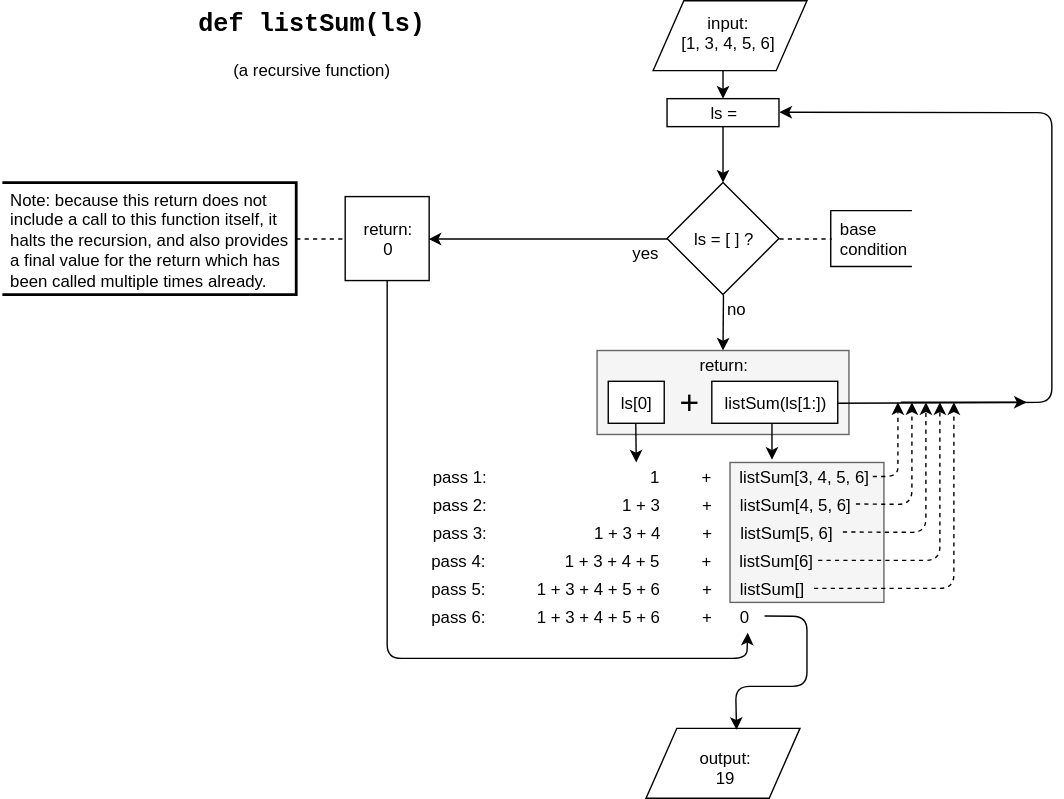
Above: diagrams/recursion1.svg in jinjagit/JupyterNotebooks (draw.io), before the change. Source tidied: cells renumbered, new cells last; positions are measured from the earlier drawing's top-left corner, leaving out a move shared by most shapes.
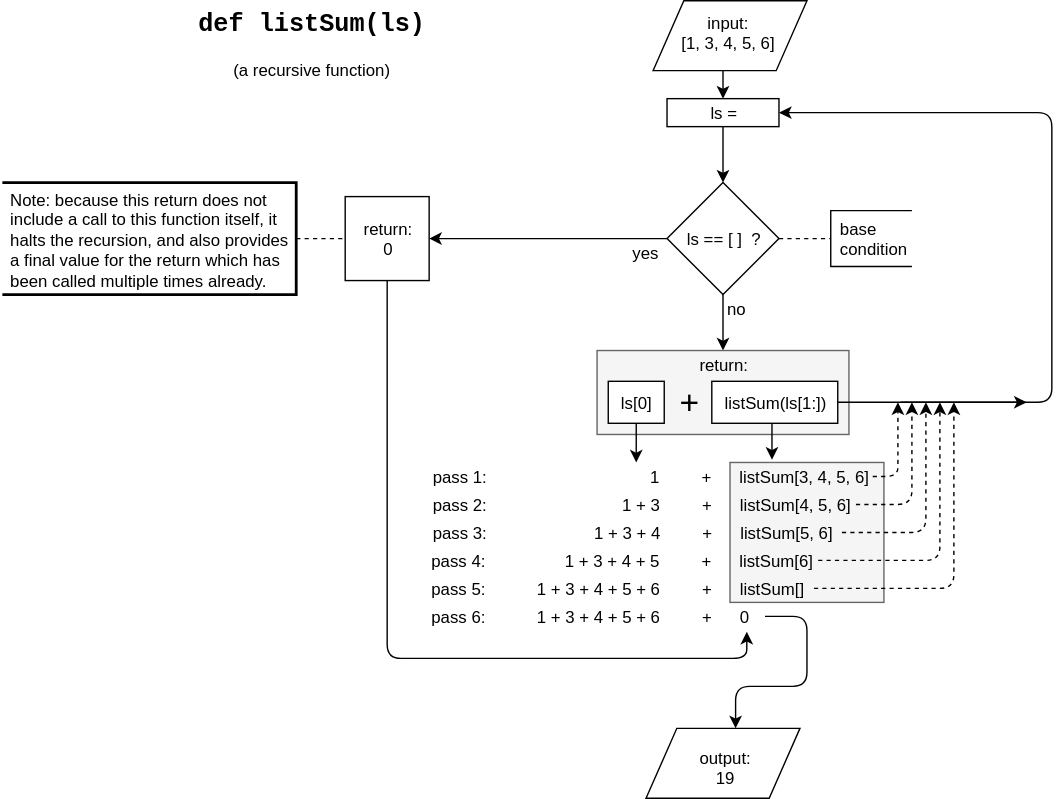
After the commit.

The edit, as a diff of the source:
```diff
@@ -26,8 +26,8 @@
     <mxCell id="8" style="rhombus;whiteSpace=wrap;html=1;" parent="1" vertex="1">
       <mxGeometry x="475" y="130" width="80" height="80" as="geometry" />
     </mxCell>
-    <mxCell id="9" value="ls = [ ] ?" style="text;html=1;strokeColor=none;fillColor=none;align=center;verticalAlign=middle;whiteSpace=wrap;rounded=0;" parent="1" vertex="1">
-      <mxGeometry x="489" y="160" width="52" height="20" as="geometry" />
+    <mxCell id="9" value="ls == [ ]&amp;nbsp; ?" style="text;html=1;strokeColor=none;fillColor=none;align=center;verticalAlign=middle;whiteSpace=wrap;rounded=0;" parent="1" vertex="1">
+      <mxGeometry x="480" y="160" width="70" height="20" as="geometry" />
     </mxCell>
     <mxCell id="10" style="endArrow=classic;html=1;exitX=0.5;exitY=1;" parent="1" edge="1" source="8">
       <mxGeometry relative="1" as="geometry">
```
